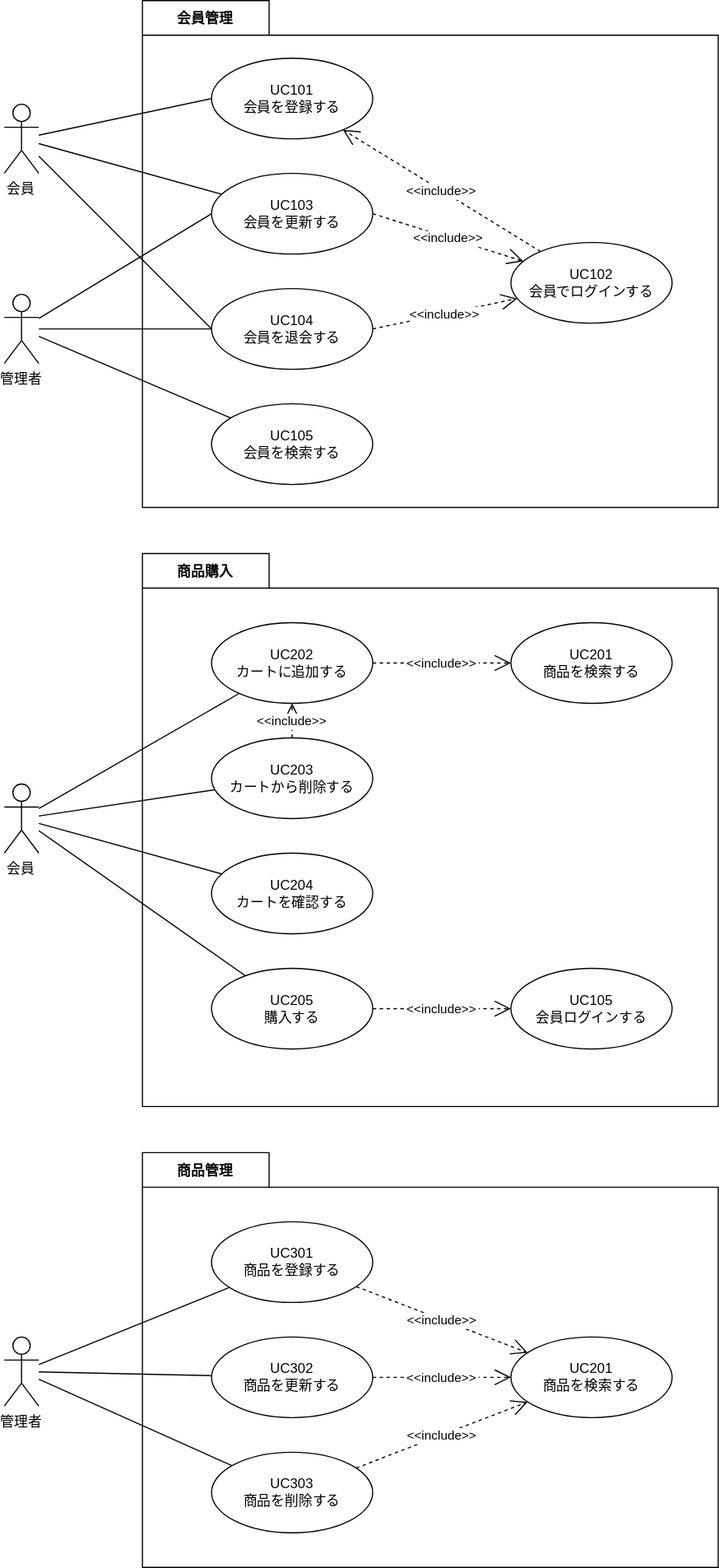
Above: documents/10_要件定義/image/usecase.drawio.svg in la-java-silicon-2021/shopping-doc (draw.io), before the change. Source tidied: cells renumbered, new cells last; positions are measured from the earlier drawing's top-left corner, leaving out a move shared by most shapes.
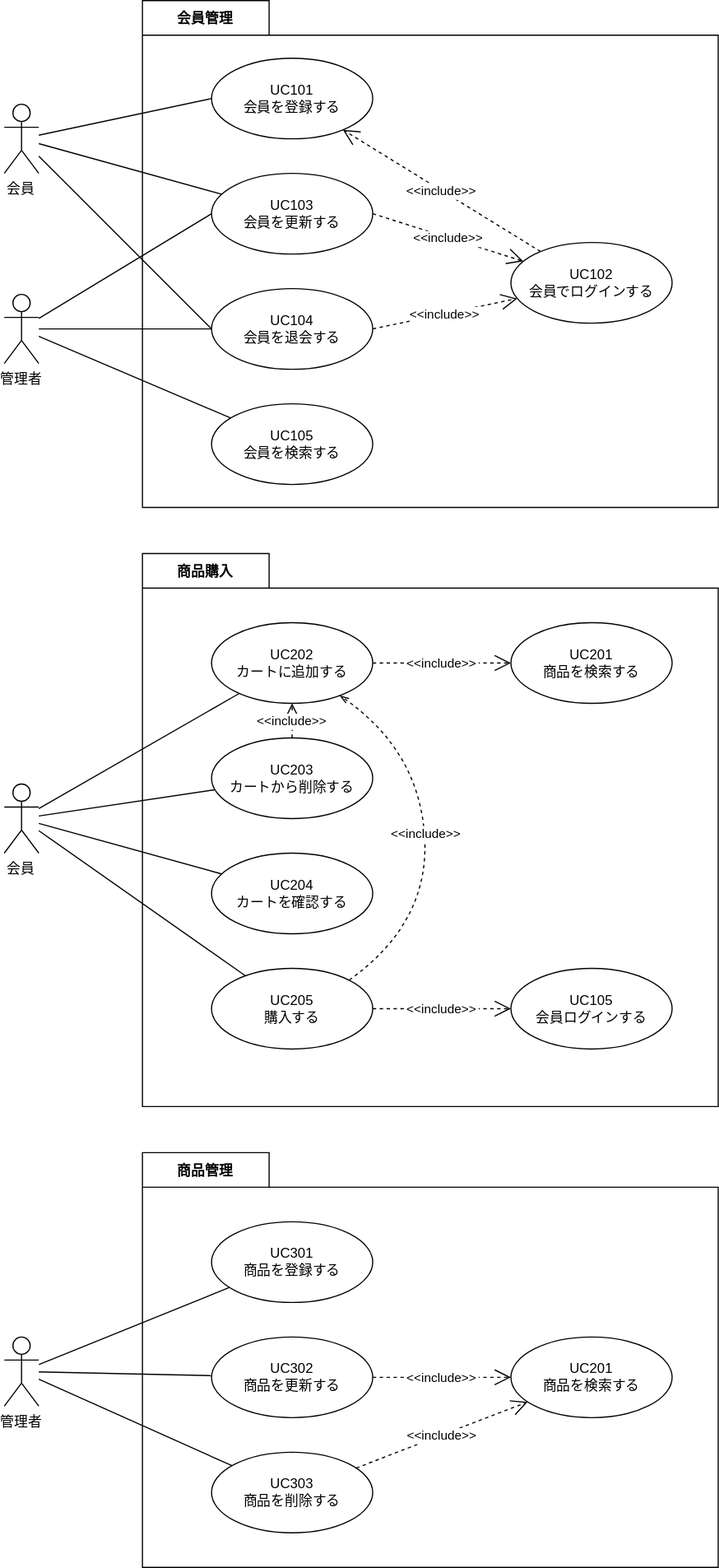
The same file after the commit.

Commit message:
usecase.drawio.svg を更新します

The edit, as a diff of the source:
```diff
@@ -101,9 +101,6 @@
     <mxCell id="34" value="UC201&#10;商品を検索する" style="ellipse;whiteSpace=wrap;" parent="1" vertex="1">
       <mxGeometry x="440" y="1160" width="140" height="70" as="geometry" />
     </mxCell>
-    <mxCell id="35" value="&lt;&lt;include&gt;&gt;" style="endArrow=open;endSize=12;dashed=1;" parent="1" edge="1" source="31" target="34">
-      <mxGeometry relative="1" as="geometry" />
-    </mxCell>
     <mxCell id="36" value="&lt;&lt;include&gt;&gt;" style="endArrow=open;endSize=12;dashed=1;" parent="1" edge="1" source="32" target="34">
       <mxGeometry relative="1" as="geometry" />
     </mxCell>
@@ -134,5 +131,18 @@
     <mxCell id="45" value="&lt;&lt;include&gt;&gt;" style="endArrow=open;endSize=12;dashed=1;" parent="1" edge="1" source="22" target="20">
       <mxGeometry relative="1" as="geometry" />
     </mxCell>
+    <mxCell id="46" style="curved=1;endArrow=openThin;html=1;rounded=0;exitX=1;exitY=0;exitDx=0;exitDy=0;dashed=1;endFill=0;" parent="1" edge="1" source="21" target="20">
+      <mxGeometry relative="1" as="geometry">
+        <Array as="points">
+          <mxPoint x="370" y="800" />
+          <mxPoint x="360" y="650" />
+        </Array>
+      </mxGeometry>
+    </mxCell>
+    <mxCell id="47" value="&amp;lt;&amp;lt;include&amp;gt;&amp;gt;" style="edgeLabel;html=1;align=center;verticalAlign=middle;" parent="46" vertex="1">
+      <mxGeometry x="0.08" y="-1" relative="1" as="geometry">
+        <mxPoint y="10" as="offset" />
+      </mxGeometry>
+    </mxCell>
   </root>
 </mxGraphModel>
```
